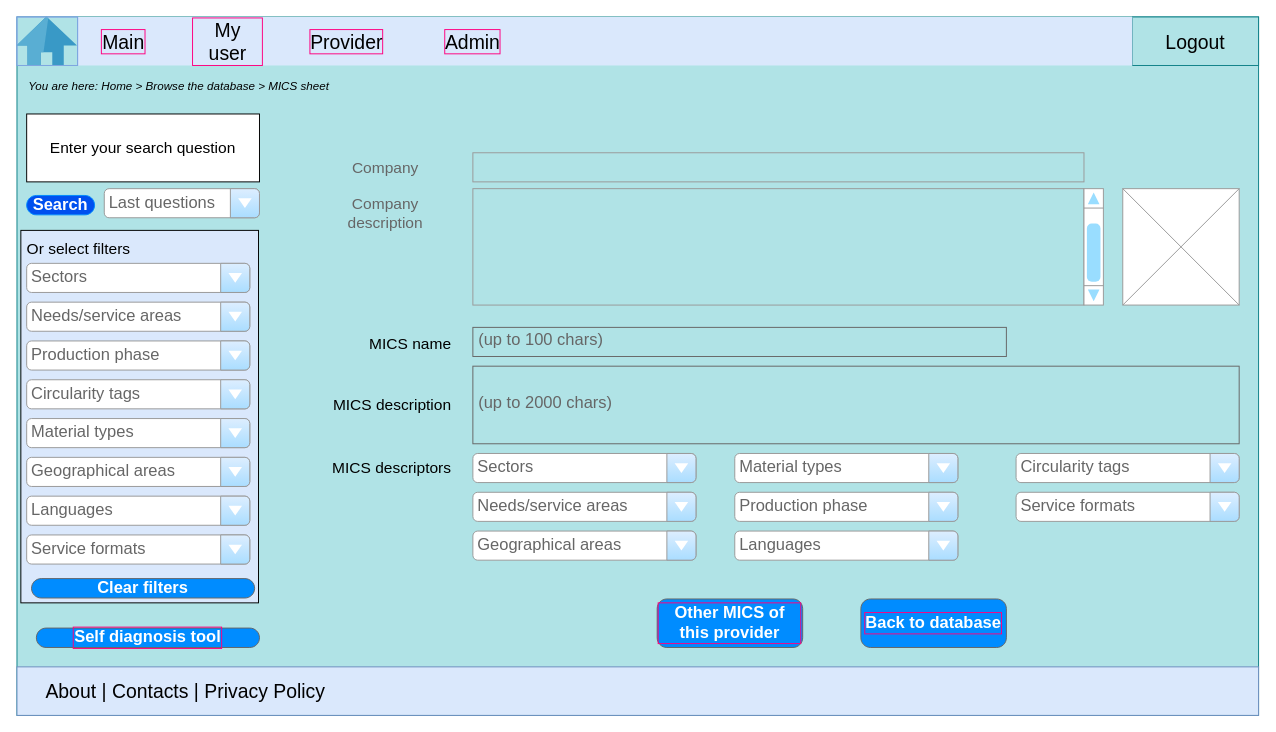
Earlier version of the draw.io diagram page "MICS view single" (5 of 18) of IDP048 UI.drawio.xml (giuseppe-r2m/mics-finder). Source tidied: cells renumbered, new cells numbered last; positions are measured from the earlier drawing's top-left corner, leaving out a move shared by most shapes. Both pictures are drawn from the tidied source at 97%, with x=0, y=0 at pixel (16, 16).
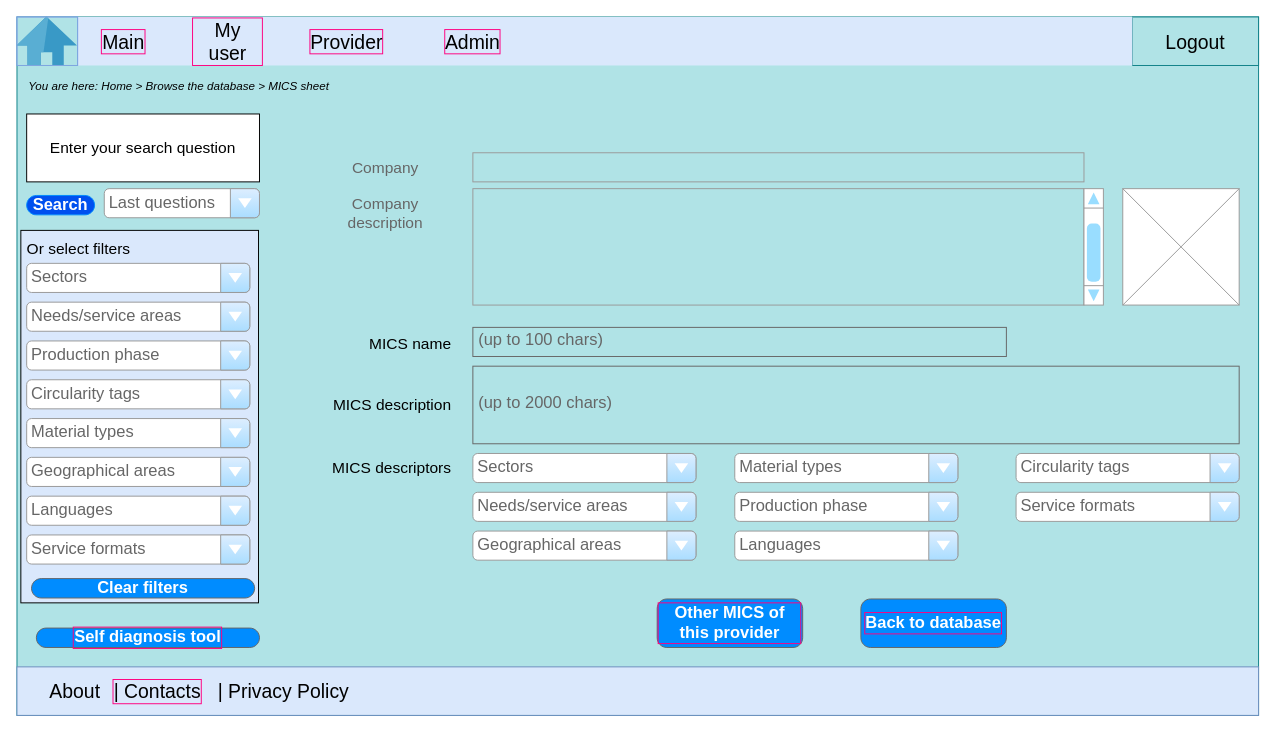
The same diagram, later.

The change refers to these unchanged cells:
```xml
<mxCell id="2" style="group;" parent="1" vertex="1">
  <mxGeometry width="1280" height="720" as="geometry" />
</mxCell>
```

The edit, as a diff of the source:
```diff
@@
-    <mxCell id="5" value="&lt;p style=&quot;line-height: 1.2; margin-top: 0pt; margin-bottom: 0pt; font-size: 20px;&quot; dir=&quot;ltr&quot;&gt;&lt;/p&gt;&lt;div style=&quot;font-size: 20px;&quot;&gt;&lt;/div&gt;&lt;span style=&quot;font-size: 20px; font-family: Arial; background-color: transparent; font-variant-numeric: normal; font-variant-east-asian: normal; vertical-align: baseline;&quot;&gt;&amp;nbsp; &amp;nbsp; &amp;nbsp;About | Contacts | Privacy Policy&amp;nbsp; &amp;nbsp; &amp;nbsp; &amp;nbsp; &amp;nbsp; &amp;nbsp; &amp;nbsp; &amp;nbsp; &amp;nbsp; &amp;nbsp; &amp;nbsp; &amp;nbsp; &amp;nbsp; &amp;nbsp; &amp;nbsp; &amp;nbsp; &amp;nbsp; &amp;nbsp; &amp;nbsp; &amp;nbsp; &amp;nbsp; &amp;nbsp;&amp;nbsp;&lt;/span&gt;&lt;span id=&quot;docs-internal-guid-0b179710-7fff-e899-2973-4397c5c14d87&quot; style=&quot;font-size: 20px;&quot;&gt;&lt;/span&gt;" style="rounded=0;whiteSpace=wrap;html=1;fontSize=20;align=left;fillColor=#dae8fc;strokeColor=#6c8ebf;" parent="2" vertex="1">
+    <mxCell id="5" value="&lt;p style=&quot;line-height: 1.2; margin-top: 0pt; margin-bottom: 0pt; font-size: 20px;&quot; dir=&quot;ltr&quot;&gt;&lt;/p&gt;&lt;div style=&quot;font-size: 20px;&quot;&gt;&lt;/div&gt;&lt;font face=&quot;Arial&quot;&gt;&amp;nbsp;&lt;/font&gt;&lt;br&gt;&lt;span id=&quot;docs-internal-guid-0b179710-7fff-e899-2973-4397c5c14d87&quot; style=&quot;font-size: 20px;&quot;&gt;&lt;/span&gt;" style="rounded=0;whiteSpace=wrap;html=1;fontSize=20;align=left;fillColor=#dae8fc;strokeColor=#6c8ebf;" parent="2" vertex="1">
       <mxGeometry y="670" width="1280" height="50" as="geometry" />
     </mxCell>
@@
+    <mxCell id="49" value="&lt;font style=&quot;font-size: 20px;&quot;&gt;About&lt;/font&gt;" style="text;html=1;strokeColor=none;fillColor=none;align=center;verticalAlign=middle;whiteSpace=wrap;rounded=0;fontSize=16;" parent="2" vertex="1">
+      <mxGeometry x="30" y="680" width="60" height="30" as="geometry" />
+    </mxCell>
+    <mxCell id="50" value="&lt;font style=&quot;font-size: 20px;&quot;&gt;| Contacts&lt;/font&gt;" style="text;html=1;strokeColor=none;fillColor=none;align=center;verticalAlign=middle;whiteSpace=wrap;rounded=0;fontSize=16;labelBorderColor=#FF0080;" parent="2" vertex="1">
+      <mxGeometry x="80" y="680" width="130" height="30" as="geometry" />
+    </mxCell>
+    <mxCell id="51" value="&lt;font style=&quot;font-size: 20px;&quot;&gt;| Privacy Policy&lt;/font&gt;" style="text;html=1;strokeColor=none;fillColor=none;align=center;verticalAlign=middle;whiteSpace=wrap;rounded=0;fontSize=16;" parent="2" vertex="1">
+      <mxGeometry x="190" y="680" width="170" height="30" as="geometry" />
+    </mxCell>
```
